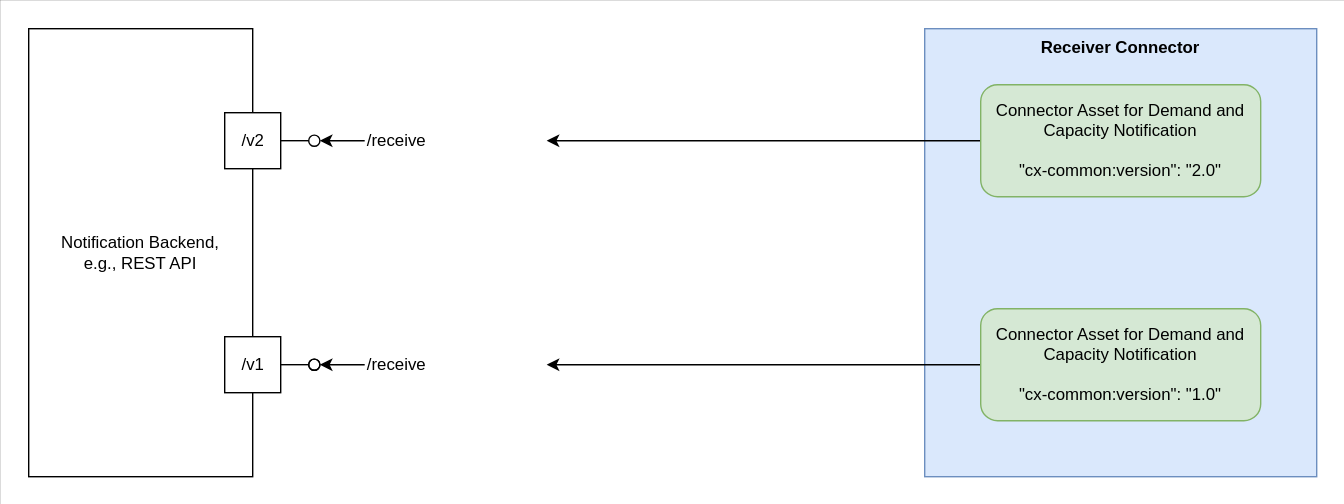
This is docs-kits/kits/supply-chain-disruption-notification-kit/resources/notifications_connector_versioning.drawio.svg from eclipse-tractusx/eclipse-tractusx.github.io, a draw.io export, as it was before one commit. Source tidied: cells renumbered, new cells last; positions are measured from the earlier drawing's top-left corner, leaving out a move shared by most shapes.
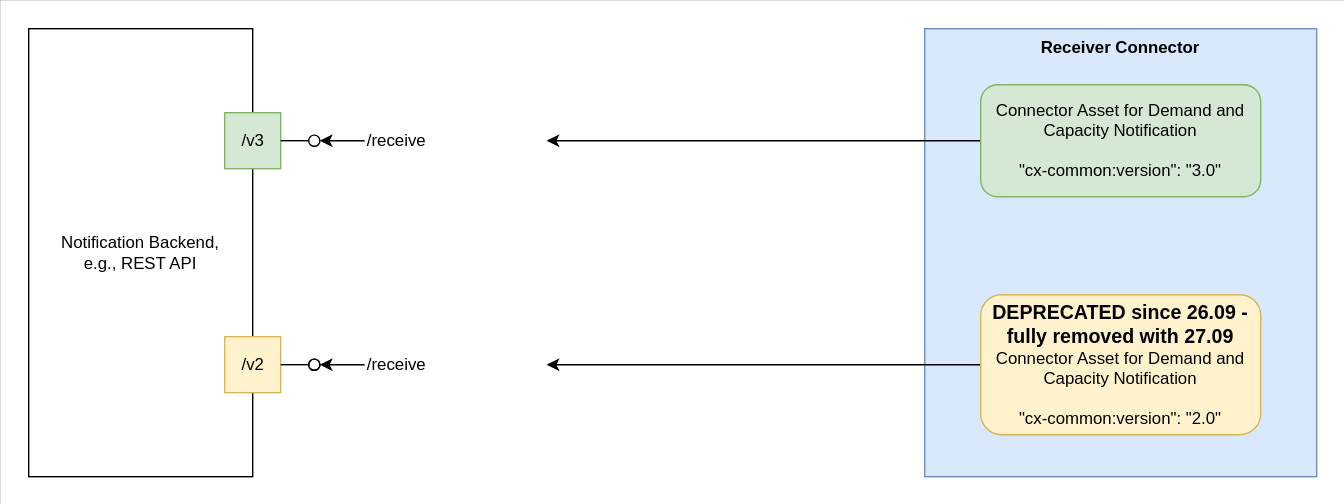
Above is the later version.

Change to the diagram source:
```diff
@@ -11,13 +11,13 @@
     <mxCell id="4" style="edgeStyle=orthogonalEdgeStyle;rounded=0;jettySize=auto;html=1;" parent="1" edge="1" source="5" target="16">
       <mxGeometry relative="1" as="geometry" />
     </mxCell>
-    <mxCell id="5" value="Connector Asset for Demand and Capacity&amp;nbsp;Notification&lt;br style=&quot;border-color: var(--border-color);&quot;&gt;&lt;br style=&quot;border-color: var(--border-color);&quot;&gt;&quot;cx-common:version&quot;: &quot;2.0&quot;" style="rounded=1;whiteSpace=wrap;html=1;fillColor=#d5e8d4;strokeColor=#82b366;" parent="1" vertex="1">
+    <mxCell id="5" value="Connector Asset for Demand and Capacity&amp;nbsp;Notification&lt;br style=&quot;border-color: var(--border-color);&quot;&gt;&lt;br style=&quot;border-color: var(--border-color);&quot;&gt;&quot;cx-common:version&quot;: &quot;3.0&quot;" style="rounded=1;whiteSpace=wrap;html=1;fillColor=#d5e8d4;strokeColor=#82b366;" parent="1" vertex="1">
       <mxGeometry x="700" y="60" width="200" height="80" as="geometry" />
     </mxCell>
     <mxCell id="6" value="Notification Backend,&lt;br&gt;e.g., REST API" style="rounded=0;whiteSpace=wrap;html=1;" parent="1" vertex="1">
       <mxGeometry x="20" y="20" width="160" height="320" as="geometry" />
     </mxCell>
-    <mxCell id="7" value="/v2" style="html=1;rounded=0;" parent="1" vertex="1">
+    <mxCell id="7" value="/v3" style="html=1;rounded=0;fillColor=#d5e8d4;strokeColor=#82b366;" parent="1" vertex="1">
       <mxGeometry x="160" y="80" width="40" height="40" as="geometry" />
     </mxCell>
     <mxCell id="8" style="endArrow=none;html=1;rounded=0;align=center;verticalAlign=top;endFill=0;labelBackgroundColor=none;endSize=2;" parent="1" edge="1" source="7" target="9">
@@ -26,7 +26,7 @@
     <mxCell id="9" style="ellipse;html=1;fontSize=11;align=center;fillColor=none;points=[];verticalAlign=bottom;labelPosition=center;verticalLabelPosition=top;flipH=1;" parent="1" vertex="1">
       <mxGeometry x="220" y="96" width="8" height="8" as="geometry" />
     </mxCell>
-    <mxCell id="10" value="/v1" style="html=1;rounded=0;" parent="1" vertex="1">
+    <mxCell id="10" value="/v2" style="html=1;rounded=0;fillColor=#fff2cc;strokeColor=#d6b656;" parent="1" vertex="1">
       <mxGeometry x="160" y="240" width="40" height="40" as="geometry" />
     </mxCell>
     <mxCell id="11" style="endArrow=none;html=1;rounded=0;align=center;verticalAlign=top;endFill=0;labelBackgroundColor=none;endSize=2;" parent="1" edge="1" source="10" target="12">
@@ -38,8 +38,8 @@
     <mxCell id="13" style="edgeStyle=orthogonalEdgeStyle;rounded=0;jettySize=auto;html=1;" parent="1" edge="1" source="14" target="19">
       <mxGeometry relative="1" as="geometry" />
     </mxCell>
-    <mxCell id="14" value="Connector Asset for Demand and Capacity&amp;nbsp;Notification&lt;br&gt;&lt;br&gt;&quot;cx-common:version&quot;: &quot;1.0&quot;" style="rounded=1;whiteSpace=wrap;html=1;fillColor=#d5e8d4;strokeColor=#82b366;" parent="1" vertex="1">
-      <mxGeometry x="700" y="220" width="200" height="80" as="geometry" />
+    <mxCell id="14" value="&lt;font style=&quot;font-size: 14px;&quot;&gt;&lt;b style=&quot;&quot;&gt;DEPRECATED since 26.09 - fully removed with 27.09&lt;/b&gt;&lt;br&gt;&lt;/font&gt;Connector Asset for Demand and Capacity&amp;nbsp;Notification&lt;br&gt;&lt;br&gt;&quot;cx-common:version&quot;: &quot;2.0&quot;" style="rounded=1;whiteSpace=wrap;html=1;fillColor=#fff2cc;strokeColor=#d6b656;" parent="1" vertex="1">
+      <mxGeometry x="700" y="210" width="200" height="100" as="geometry" />
     </mxCell>
     <mxCell id="15" style="edgeStyle=orthogonalEdgeStyle;rounded=0;jettySize=auto;html=1;" parent="1" edge="1" source="16" target="9">
       <mxGeometry relative="1" as="geometry" />
```
